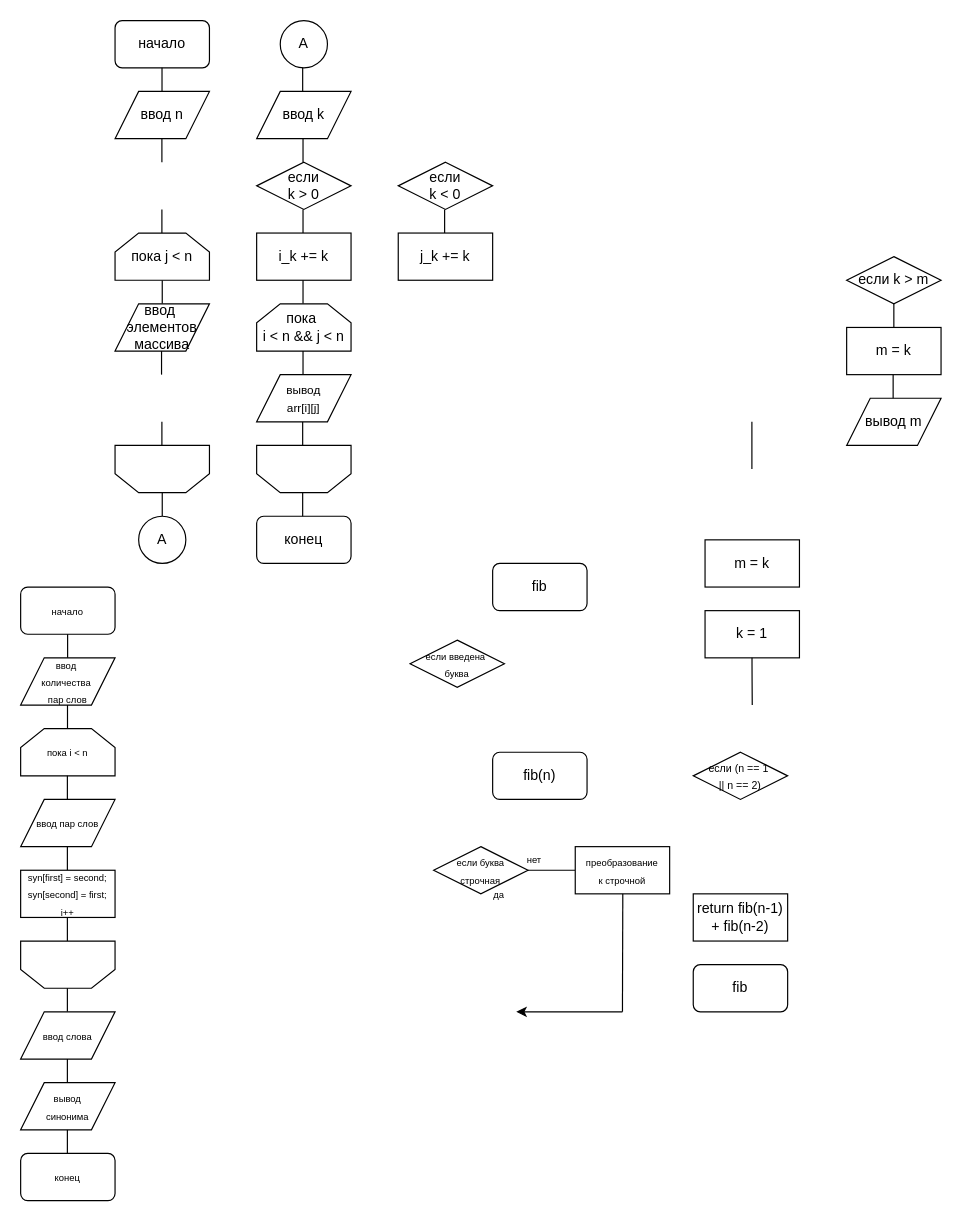
Above: Untitled Diagram.drawio in AGCher/TiMP_lab1 (draw.io), before the change. Source tidied: cells renumbered, new cells numbered last; positions are measured from the earlier drawing's top-left corner, leaving out a move shared by most shapes. Both pictures are drawn from the tidied source at 118%, with x=0, y=0 at pixel (20, 20).
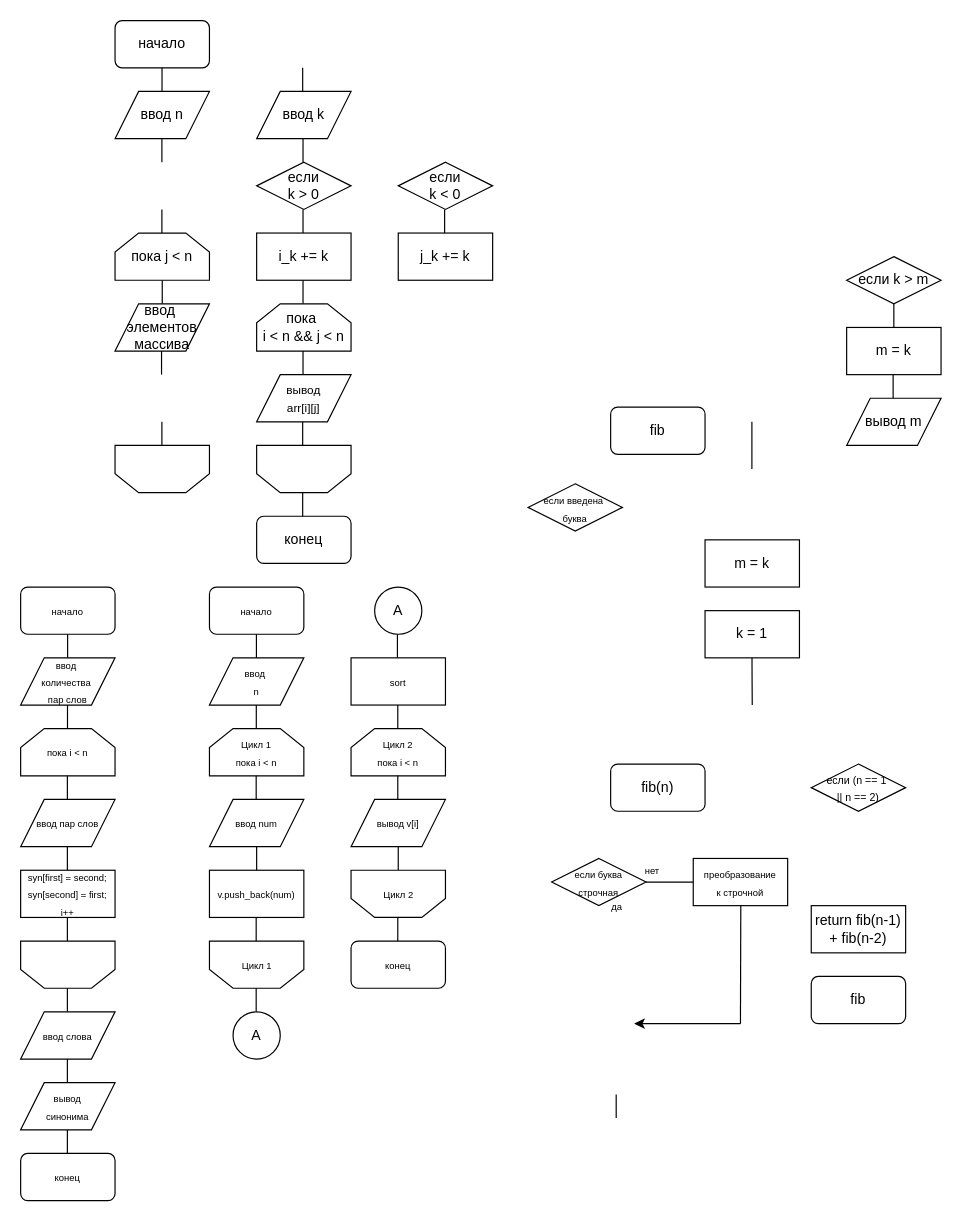
Above is the later version.

The edit, as a diff of the source:
```diff
@@
     <mxCell id="12" style="endArrow=none;html=1;" parent="1" edge="1">
       <mxGeometry relative="1" as="geometry">
-        <mxPoint x="120" y="420" as="sourcePoint" />
-        <mxPoint x="120" y="400" as="targetPoint" />
+        <mxPoint x="319.3" y="540" as="sourcePoint" />
+        <mxPoint x="319.3" y="520" as="targetPoint" />
         <Array as="points">
-          <mxPoint x="120" y="410" />
+          <mxPoint x="319.3" y="530" />
         </Array>
       </mxGeometry>
     </mxCell>
     <mxCell id="13" value="&lt;font style=&quot;font-size: 8px&quot;&gt;да&lt;/font&gt;" style="text;html=1;align=center;verticalAlign=middle;strokeColor=none;" parent="1" vertex="1">
-      <mxGeometry x="395" y="730" width="20" height="20" as="geometry" />
+      <mxGeometry x="495" y="740" width="20" height="20" as="geometry" />
     </mxCell>
     <mxCell id="14" value="&lt;font style=&quot;font-size: 8px&quot;&gt;нет&lt;/font&gt;" style="text;html=1;align=center;verticalAlign=middle;strokeColor=none;" parent="1" vertex="1">
-      <mxGeometry x="420" y="700" width="30" height="20" as="geometry" />
+      <mxGeometry x="520" y="710" width="30" height="20" as="geometry" />
     </mxCell>
@@
     <mxCell id="16" value="&lt;font style=&quot;font-size: 8px&quot;&gt;если введена&amp;nbsp;&lt;br&gt;буква&lt;/font&gt;" style="rhombus;whiteSpace=wrap;html=1;" parent="1" vertex="1">
-      <mxGeometry x="330" y="525" width="80" height="40" as="geometry" />
+      <mxGeometry x="430" y="392.5" width="80" height="40" as="geometry" />
     </mxCell>
@@
     <mxCell id="22" style="endArrow=none;html=1;" parent="1" edge="1">
       <mxGeometry relative="1" as="geometry">
-        <mxPoint x="510" y="840" as="sourcePoint" />
-        <mxPoint x="510.3" y="739.2" as="targetPoint" />
+        <mxPoint x="610" y="850" as="sourcePoint" />
+        <mxPoint x="610.3" y="749.2" as="targetPoint" />
       </mxGeometry>
     </mxCell>
     <mxCell id="23" style="endArrow=classic;html=1;" parent="1" edge="1">
       <mxGeometry relative="1" as="geometry">
-        <mxPoint x="510" y="840" as="sourcePoint" />
-        <mxPoint x="420" y="840" as="targetPoint" />
+        <mxPoint x="610" y="850" as="sourcePoint" />
+        <mxPoint x="520" y="850" as="targetPoint" />
       </mxGeometry>
     </mxCell>
@@
     <mxCell id="33" value="A" style="ellipse;whiteSpace=wrap;html=1;" parent="1" vertex="1">
-      <mxGeometry x="220" width="40" height="40" as="geometry" />
+      <mxGeometry x="180" y="840" width="40" height="40" as="geometry" />
     </mxCell>
     <mxCell id="34" value="A" style="ellipse;whiteSpace=wrap;html=1;" parent="1" vertex="1">
-      <mxGeometry x="100" y="420" width="40" height="40" as="geometry" />
+      <mxGeometry x="300" y="480" width="40" height="40" as="geometry" />
     </mxCell>
@@
     <mxCell id="46" style="endArrow=none;html=1;" parent="1" edge="1">
       <mxGeometry relative="1" as="geometry">
-        <mxPoint x="430" y="720" as="sourcePoint" />
-        <mxPoint x="470" y="720" as="targetPoint" />
+        <mxPoint x="530" y="730" as="sourcePoint" />
+        <mxPoint x="570" y="730" as="targetPoint" />
       </mxGeometry>
     </mxCell>
@@
     <mxCell id="57" value="fib" style="rounded=1;whiteSpace=wrap;html=1;" parent="1" vertex="1">
-      <mxGeometry x="400" y="460" width="80" height="40" as="geometry" />
+      <mxGeometry x="500" y="327.5" width="80" height="40" as="geometry" />
     </mxCell>
@@
     <mxCell id="62" value="&lt;font style=&quot;font-size: 9px&quot;&gt;если (n == 1&amp;nbsp;&lt;br&gt;|| n == 2)&lt;/font&gt;" style="rhombus;whiteSpace=wrap;html=1;" parent="1" vertex="1">
-      <mxGeometry x="570" y="620" width="80" height="40" as="geometry" />
+      <mxGeometry x="670" y="630" width="80" height="40" as="geometry" />
     </mxCell>
@@
     <mxCell id="64" value="return fib(n-1)&lt;br&gt;+ fib(n-2)" style="rounded=0;whiteSpace=wrap;html=1;" parent="1" vertex="1">
-      <mxGeometry x="570" y="740" width="80" height="40" as="geometry" />
+      <mxGeometry x="670" y="750" width="80" height="40" as="geometry" />
     </mxCell>
     <mxCell id="65" value="fib(n)" style="rounded=1;whiteSpace=wrap;html=1;" parent="1" vertex="1">
-      <mxGeometry x="400" y="620" width="80" height="40" as="geometry" />
+      <mxGeometry x="500" y="630" width="80" height="40" as="geometry" />
     </mxCell>
@@
     <mxCell id="67" value="fib" style="rounded=1;whiteSpace=wrap;html=1;" parent="1" vertex="1">
-      <mxGeometry x="570" y="800" width="80" height="40" as="geometry" />
+      <mxGeometry x="670" y="810" width="80" height="40" as="geometry" />
     </mxCell>
     <mxCell id="68" value="&lt;font style=&quot;font-size: 8px&quot;&gt;если буква&lt;br&gt;строчная&lt;/font&gt;" style="rhombus;whiteSpace=wrap;html=1;" parent="1" vertex="1">
-      <mxGeometry x="350" y="700" width="80" height="40" as="geometry" />
+      <mxGeometry x="450" y="710" width="80" height="40" as="geometry" />
     </mxCell>
     <mxCell id="69" value="&lt;font style=&quot;font-size: 8px&quot;&gt;преобразование&lt;br&gt;к строчной&lt;/font&gt;" style="rounded=0;whiteSpace=wrap;html=1;" parent="1" vertex="1">
-      <mxGeometry x="470" y="700" width="80" height="40" as="geometry" />
+      <mxGeometry x="570" y="710" width="80" height="40" as="geometry" />
     </mxCell>
@@
+    <mxCell id="72" value="&lt;font style=&quot;font-size: 8px&quot;&gt;начало&lt;/font&gt;" style="rounded=1;whiteSpace=wrap;html=1;" parent="1" vertex="1">
+      <mxGeometry x="160" y="480" width="80" height="40" as="geometry" />
+    </mxCell>
+    <mxCell id="73" value="&lt;font style=&quot;font-size: 8px&quot;&gt;Цикл 1&lt;br&gt;пока i &amp;lt; n&lt;/font&gt;" style="shape=loopLimit;whiteSpace=wrap;html=1;size=20;" parent="1" vertex="1">
+      <mxGeometry x="160" y="600" width="80" height="40" as="geometry" />
+    </mxCell>
+    <mxCell id="74" value="&lt;font style=&quot;font-size: 8px&quot;&gt;ввод&amp;nbsp;&lt;br&gt;n&lt;br&gt;&lt;/font&gt;" style="shape=parallelogram;perimeter=parallelogramPerimeter;whiteSpace=wrap;html=1;fixedSize=1;" parent="1" vertex="1">
+      <mxGeometry x="160" y="540" width="80" height="40" as="geometry" />
+    </mxCell>
+    <mxCell id="75" style="endArrow=none;html=1;" parent="1" edge="1">
+      <mxGeometry relative="1" as="geometry">
+        <mxPoint x="199.8" y="540" as="sourcePoint" />
+        <mxPoint x="199.8" y="520" as="targetPoint" />
+        <Array as="points">
+          <mxPoint x="199.8" y="530" />
+        </Array>
+      </mxGeometry>
+    </mxCell>
+    <mxCell id="76" style="endArrow=none;html=1;" parent="1" edge="1">
+      <mxGeometry relative="1" as="geometry">
+        <mxPoint x="199.7" y="600" as="sourcePoint" />
+        <mxPoint x="199.7" y="580" as="targetPoint" />
+        <Array as="points">
+          <mxPoint x="199.7" y="590" />
+        </Array>
+      </mxGeometry>
+    </mxCell>
+    <mxCell id="77" style="endArrow=none;html=1;" parent="1" edge="1">
+      <mxGeometry relative="1" as="geometry">
+        <mxPoint x="199.6" y="660" as="sourcePoint" />
+        <mxPoint x="199.6" y="640" as="targetPoint" />
+        <Array as="points">
+          <mxPoint x="199.6" y="650" />
+        </Array>
+      </mxGeometry>
+    </mxCell>
+    <mxCell id="78" value="&lt;span style=&quot;font-size: 8px&quot;&gt;ввод num&lt;/span&gt;" style="shape=parallelogram;perimeter=parallelogramPerimeter;whiteSpace=wrap;html=1;fixedSize=1;" parent="1" vertex="1">
+      <mxGeometry x="160" y="660" width="80" height="40" as="geometry" />
+    </mxCell>
+    <mxCell id="79" value="&lt;div&gt;&lt;span style=&quot;font-size: 8px&quot;&gt;v.push_back(num)&lt;/span&gt;&lt;/div&gt;" style="rounded=0;whiteSpace=wrap;html=1;" parent="1" vertex="1">
+      <mxGeometry x="160" y="720" width="80" height="40" as="geometry" />
+    </mxCell>
+    <mxCell id="80" style="endArrow=none;html=1;" parent="1" edge="1">
+      <mxGeometry relative="1" as="geometry">
+        <mxPoint x="200" y="720" as="sourcePoint" />
+        <mxPoint x="200" y="700" as="targetPoint" />
+        <Array as="points">
+          <mxPoint x="200" y="710" />
+        </Array>
+      </mxGeometry>
+    </mxCell>
+    <mxCell id="81" style="shape=loopLimit;whiteSpace=wrap;html=1;size=20;rotation=-180;" parent="1" vertex="1">
+      <mxGeometry x="160" y="780" width="80" height="40" as="geometry" />
+    </mxCell>
+    <mxCell id="82" style="endArrow=none;html=1;" parent="1" edge="1">
+      <mxGeometry relative="1" as="geometry">
+        <mxPoint x="199.6" y="780" as="sourcePoint" />
+        <mxPoint x="199.6" y="760" as="targetPoint" />
+        <Array as="points">
+          <mxPoint x="199.6" y="770" />
+        </Array>
+      </mxGeometry>
+    </mxCell>
+    <mxCell id="83" style="endArrow=none;html=1;" parent="1" edge="1">
+      <mxGeometry relative="1" as="geometry">
+        <mxPoint x="199.6" y="840" as="sourcePoint" />
+        <mxPoint x="199.6" y="820" as="targetPoint" />
+        <Array as="points">
+          <mxPoint x="199.6" y="830" />
+        </Array>
+      </mxGeometry>
+    </mxCell>
+    <mxCell id="84" style="endArrow=none;html=1;" parent="1" edge="1">
+      <mxGeometry relative="1" as="geometry">
+        <mxPoint x="319.6" y="600" as="sourcePoint" />
+        <mxPoint x="319.6" y="580" as="targetPoint" />
+        <Array as="points">
+          <mxPoint x="319.6" y="590" />
+        </Array>
+      </mxGeometry>
+    </mxCell>
+    <mxCell id="85" value="&lt;div&gt;&lt;span style=&quot;font-size: 8px&quot;&gt;sort&lt;/span&gt;&lt;/div&gt;" style="rounded=0;whiteSpace=wrap;html=1;" parent="1" vertex="1">
+      <mxGeometry x="280" y="540" width="80" height="40" as="geometry" />
+    </mxCell>
+    <mxCell id="86" value="&lt;font style=&quot;font-size: 8px&quot;&gt;Цикл 2&lt;br&gt;пока i &amp;lt; n&lt;/font&gt;" style="shape=loopLimit;whiteSpace=wrap;html=1;size=20;" parent="1" vertex="1">
+      <mxGeometry x="280" y="600" width="80" height="40" as="geometry" />
+    </mxCell>
+    <mxCell id="87" style="endArrow=none;html=1;" parent="1" edge="1">
+      <mxGeometry relative="1" as="geometry">
+        <mxPoint x="504.7" y="930" as="sourcePoint" />
+        <mxPoint x="504.7" y="910" as="targetPoint" />
+        <Array as="points">
+          <mxPoint x="504.7" y="920" />
+        </Array>
+      </mxGeometry>
+    </mxCell>
+    <mxCell id="88" style="endArrow=none;html=1;" parent="1" edge="1">
+      <mxGeometry relative="1" as="geometry">
+        <mxPoint x="319.6" y="660" as="sourcePoint" />
+        <mxPoint x="319.6" y="640" as="targetPoint" />
+        <Array as="points">
+          <mxPoint x="319.6" y="650" />
+        </Array>
+      </mxGeometry>
+    </mxCell>
+    <mxCell id="89" value="&lt;span style=&quot;font-size: 8px&quot;&gt;вывод v[i]&lt;/span&gt;" style="shape=parallelogram;perimeter=parallelogramPerimeter;whiteSpace=wrap;html=1;fixedSize=1;" parent="1" vertex="1">
+      <mxGeometry x="280" y="660" width="80" height="40" as="geometry" />
+    </mxCell>
+    <mxCell id="90" style="endArrow=none;html=1;" parent="1" edge="1">
+      <mxGeometry relative="1" as="geometry">
+        <mxPoint x="320" y="720" as="sourcePoint" />
+        <mxPoint x="320" y="700" as="targetPoint" />
+        <Array as="points">
+          <mxPoint x="320" y="710" />
+        </Array>
+      </mxGeometry>
+    </mxCell>
+    <mxCell id="91" style="shape=loopLimit;whiteSpace=wrap;html=1;size=20;rotation=-180;" parent="1" vertex="1">
+      <mxGeometry x="280" y="720" width="80" height="40" as="geometry" />
+    </mxCell>
+    <mxCell id="92" style="endArrow=none;html=1;" parent="1" edge="1">
+      <mxGeometry relative="1" as="geometry">
+        <mxPoint x="319.6" y="780" as="sourcePoint" />
+        <mxPoint x="319.6" y="760" as="targetPoint" />
+        <Array as="points">
+          <mxPoint x="319.6" y="770" />
+        </Array>
+      </mxGeometry>
+    </mxCell>
+    <mxCell id="93" value="&lt;font style=&quot;font-size: 8px&quot;&gt;конец&lt;/font&gt;" style="rounded=1;whiteSpace=wrap;html=1;" parent="1" vertex="1">
+      <mxGeometry x="280" y="780" width="80" height="40" as="geometry" />
+    </mxCell>
+    <mxCell id="94" value="&lt;font style=&quot;font-size: 8px&quot;&gt;Цикл 1&lt;/font&gt;" style="text;html=1;align=center;verticalAlign=middle;strokeColor=none;" parent="1" vertex="1">
+      <mxGeometry x="180" y="790" width="40" height="20" as="geometry" />
+    </mxCell>
+    <mxCell id="95" value="&lt;font style=&quot;font-size: 8px&quot;&gt;Цикл 2&lt;/font&gt;" style="text;html=1;align=center;verticalAlign=middle;strokeColor=none;" parent="1" vertex="1">
+      <mxGeometry x="300" y="730" width="40" height="20" as="geometry" />
+    </mxCell>
```
